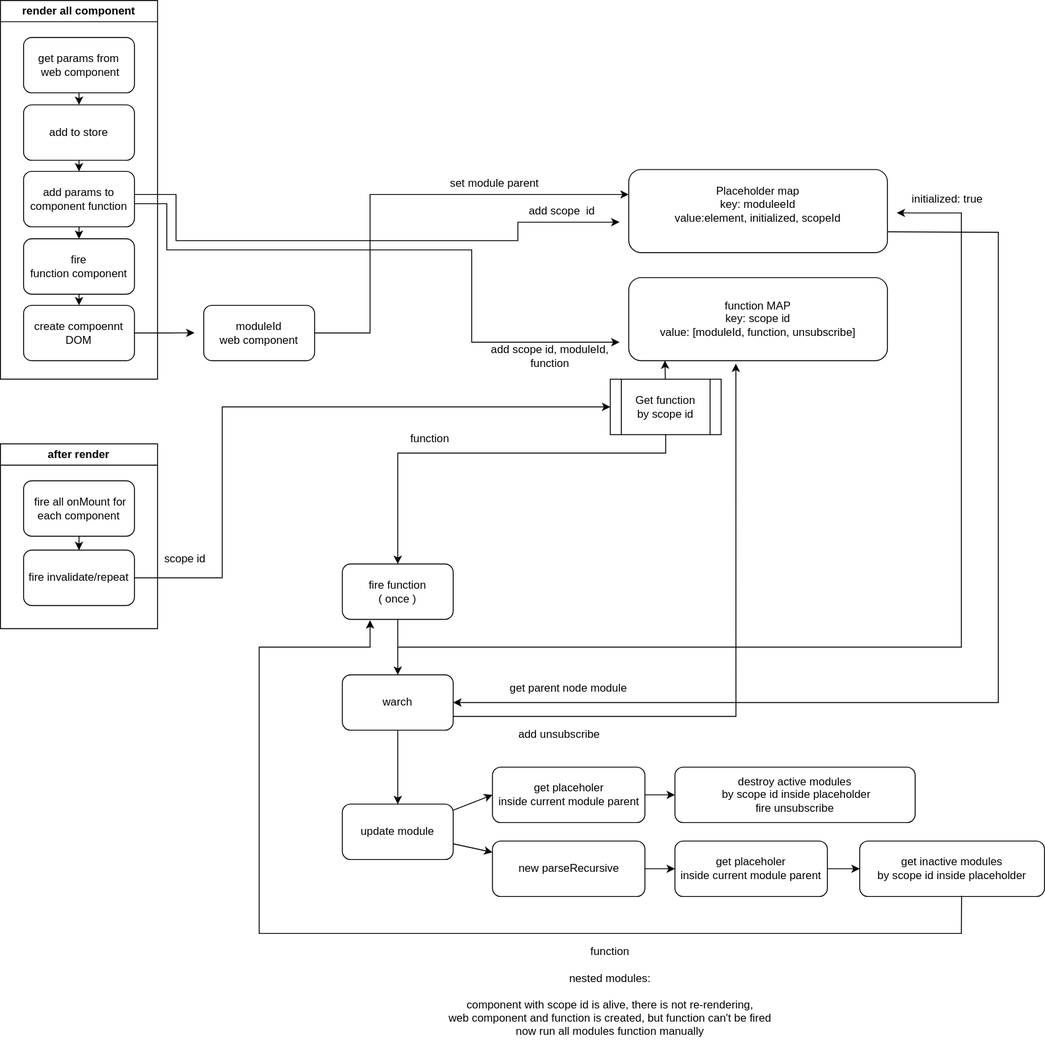
Above: src/js/mobjs/doc/invalidate-repeat.svg in albnavarro/mobbu (draw.io), before the change. Source tidied: cells renumbered, new cells last; positions are measured from the earlier drawing's top-left corner, leaving out a move shared by most shapes.
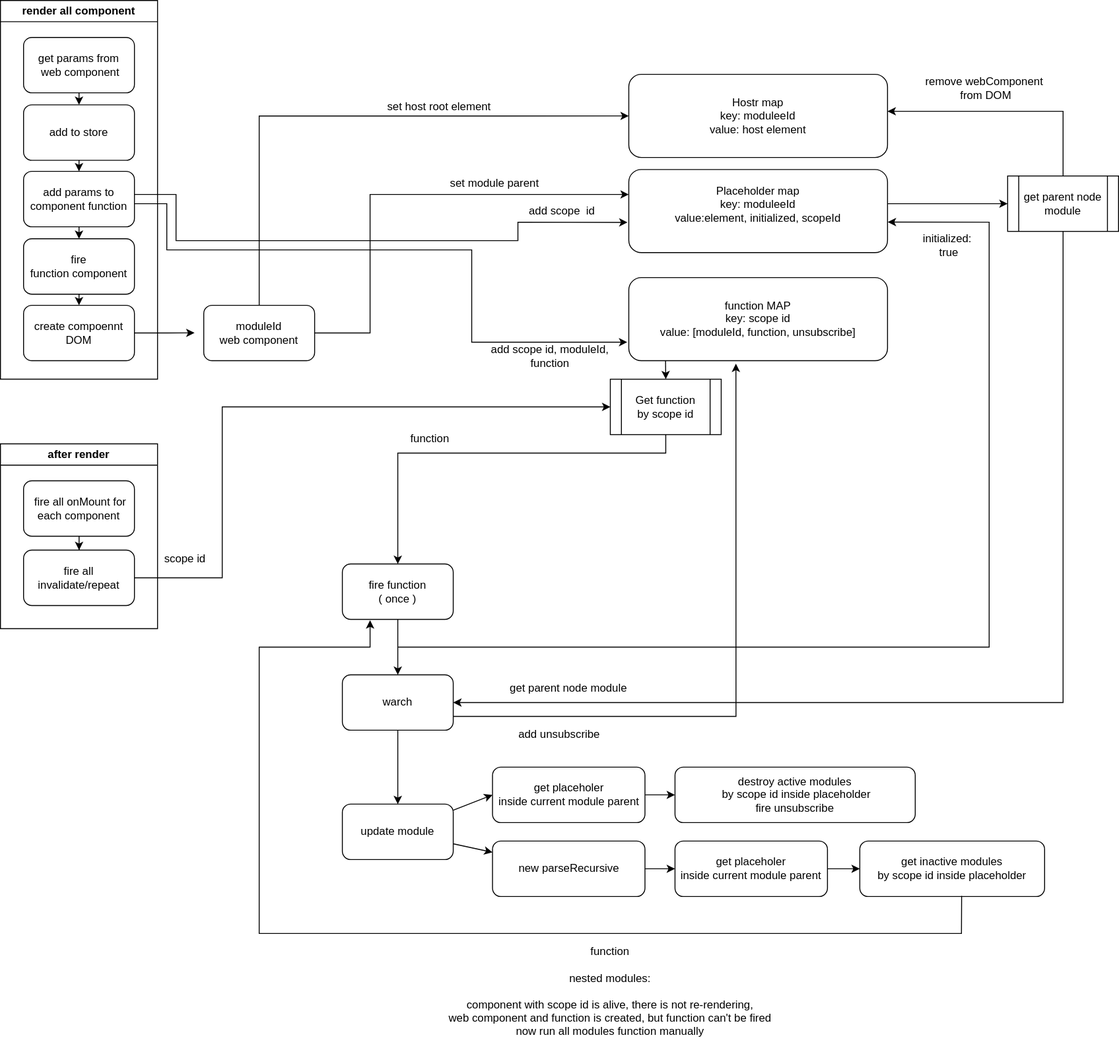
Later version of the same file.

Commit message:
chore(mobJs): update repeat/invalidate schema

Change to the diagram source:
```diff
@@ -15,12 +15,27 @@
         </Array>
       </mxGeometry>
     </mxCell>
+    <mxCell id="55" style="edgeStyle=orthogonalEdgeStyle;rounded=0;jettySize=auto;html=1;entryX=0;entryY=0.5;entryDx=0;entryDy=0;" parent="1" edge="1" source="4" target="60">
+      <mxGeometry relative="1" as="geometry">
+        <Array as="points">
+          <mxPoint x="990" y="220" />
+          <mxPoint x="990" y="220" />
+        </Array>
+      </mxGeometry>
+    </mxCell>
     <mxCell id="4" value="Placeholder map&lt;br&gt;key: moduleeId&lt;br&gt;&lt;div&gt;value:element,&amp;nbsp;&lt;span style=&quot;background-color: initial;&quot;&gt;initialized,&amp;nbsp;&lt;/span&gt;&lt;span style=&quot;background-color: initial;&quot;&gt;scopeId&lt;/span&gt;&lt;/div&gt;&lt;div&gt;&amp;nbsp;&lt;/div&gt;" style="rounded=1;whiteSpace=wrap;html=1;" parent="1" vertex="1">
       <mxGeometry x="680" y="183" width="280" height="90" as="geometry" />
     </mxCell>
     <mxCell id="5" value="function MAP&lt;div&gt;key: scope id&lt;br&gt;&lt;div&gt;value: [moduleId, function, unsubscribe]&lt;/div&gt;&lt;/div&gt;" style="rounded=1;whiteSpace=wrap;html=1;" parent="1" vertex="1">
       <mxGeometry x="680" y="300" width="280" height="90" as="geometry" />
     </mxCell>
+    <mxCell id="56" style="edgeStyle=orthogonalEdgeStyle;rounded=0;jettySize=auto;html=1;entryX=0;entryY=0.5;entryDx=0;entryDy=0;" parent="1" edge="1" source="6" target="57">
+      <mxGeometry relative="1" as="geometry">
+        <Array as="points">
+          <mxPoint x="280" y="125" />
+        </Array>
+      </mxGeometry>
+    </mxCell>
     <mxCell id="6" value="&lt;div&gt;moduleId&lt;/div&gt;&lt;div&gt;web component&lt;/div&gt;" style="rounded=1;whiteSpace=wrap;html=1;" parent="1" vertex="1">
       <mxGeometry x="220" y="330" width="120" height="60" as="geometry" />
     </mxCell>
@@ -36,9 +51,8 @@
     <mxCell id="8" value="set module parent" style="text;html=1;align=center;verticalAlign=middle;whiteSpace=wrap;rounded=0;" parent="1" vertex="1">
       <mxGeometry x="460" y="183" width="150" height="30" as="geometry" />
     </mxCell>
-    <mxCell id="9" style="endArrow=classic;html=1;rounded=0;exitX=1;exitY=0.417;exitDx=0;exitDy=0;exitPerimeter=0;" parent="1" edge="1" source="44">
+    <mxCell id="9" style="endArrow=classic;html=1;rounded=0;exitX=1;exitY=0.417;exitDx=0;exitDy=0;exitPerimeter=0;entryX=0.974;entryY=0.908;entryDx=0;entryDy=0;entryPerimeter=0;" parent="1" edge="1" source="44" target="10">
       <mxGeometry relative="1" as="geometry">
-        <mxPoint x="670" y="240" as="targetPoint" />
         <Array as="points">
           <mxPoint x="190" y="210" />
           <mxPoint x="190" y="260" />
@@ -50,9 +64,8 @@
     <mxCell id="10" value="add scope&amp;nbsp; id" style="text;html=1;align=center;verticalAlign=middle;whiteSpace=wrap;rounded=0;" parent="1" vertex="1">
       <mxGeometry x="532.5" y="213" width="150" height="30" as="geometry" />
     </mxCell>
-    <mxCell id="11" style="endArrow=classic;html=1;rounded=0;exitX=0.998;exitY=0.583;exitDx=0;exitDy=0;exitPerimeter=0;" parent="1" edge="1" source="44">
+    <mxCell id="11" style="endArrow=classic;html=1;rounded=0;exitX=0.998;exitY=0.583;exitDx=0;exitDy=0;exitPerimeter=0;entryX=-0.006;entryY=0.777;entryDx=0;entryDy=0;entryPerimeter=0;" parent="1" edge="1" source="44" target="5">
       <mxGeometry relative="1" as="geometry">
-        <mxPoint x="670" y="370" as="targetPoint" />
         <Array as="points">
           <mxPoint x="180" y="220" />
           <mxPoint x="180" y="270" />
@@ -76,19 +89,18 @@
     <mxCell id="16" value="fire function&lt;div&gt;( once )&lt;/div&gt;" style="rounded=1;whiteSpace=wrap;html=1;" parent="1" vertex="1">
       <mxGeometry x="370" y="610" width="120" height="60" as="geometry" />
     </mxCell>
-    <mxCell id="17" style="endArrow=classic;html=1;rounded=0;" parent="1" edge="1">
+    <mxCell id="17" style="endArrow=classic;html=1;rounded=0;entryX=1.001;entryY=0.632;entryDx=0;entryDy=0;entryPerimeter=0;" parent="1" edge="1" target="4">
       <mxGeometry relative="1" as="geometry">
         <mxPoint x="430" y="700" as="sourcePoint" />
-        <mxPoint x="970" y="230" as="targetPoint" />
         <Array as="points">
           <mxPoint x="720" y="700" />
-          <mxPoint x="1040" y="700" />
-          <mxPoint x="1040" y="230" />
+          <mxPoint x="1070" y="700" />
+          <mxPoint x="1070" y="240" />
         </Array>
       </mxGeometry>
     </mxCell>
-    <mxCell id="18" value="initialized: true" style="text;html=1;align=center;verticalAlign=middle;whiteSpace=wrap;rounded=0;" parent="1" vertex="1">
-      <mxGeometry x="950" y="200" width="150" height="30" as="geometry" />
+    <mxCell id="18" value="initialized:&lt;div&gt;&amp;nbsp;true&lt;/div&gt;" style="text;html=1;align=center;verticalAlign=middle;whiteSpace=wrap;rounded=0;" parent="1" vertex="1">
+      <mxGeometry x="950" y="250" width="150" height="30" as="geometry" />
     </mxCell>
     <mxCell id="19" style="endArrow=classic;html=1;rounded=0;entryX=0.414;entryY=1.035;entryDx=0;entryDy=0;entryPerimeter=0;exitX=1;exitY=0.75;exitDx=0;exitDy=0;" parent="1" edge="1" source="22" target="5">
       <mxGeometry relative="1" as="geometry">
@@ -106,11 +118,11 @@
     <mxCell id="22" value="warch" style="rounded=1;whiteSpace=wrap;html=1;" parent="1" vertex="1">
       <mxGeometry x="370" y="730" width="120" height="60" as="geometry" />
     </mxCell>
-    <mxCell id="23" style="endArrow=classic;html=1;rounded=0;entryX=1;entryY=0.5;entryDx=0;entryDy=0;exitX=1;exitY=0.75;exitDx=0;exitDy=0;" parent="1" edge="1" source="4" target="22">
+    <mxCell id="23" style="endArrow=classic;html=1;rounded=0;entryX=1;entryY=0.5;entryDx=0;entryDy=0;exitX=0.5;exitY=1;exitDx=0;exitDy=0;" parent="1" edge="1" source="60" target="22">
       <mxGeometry relative="1" as="geometry">
         <Array as="points">
-          <mxPoint x="1080" y="251" />
-          <mxPoint x="1080" y="760" />
+          <mxPoint x="1150" y="350" />
+          <mxPoint x="1150" y="760" />
         </Array>
       </mxGeometry>
     </mxCell>
@@ -165,7 +177,7 @@
         </Array>
       </mxGeometry>
     </mxCell>
-    <mxCell id="39" style="edgeStyle=none;rounded=0;jettySize=auto;html=1;entryX=0.14;entryY=0.997;entryDx=0;entryDy=0;entryPerimeter=0;" parent="1" edge="1" source="37" target="5">
+    <mxCell id="39" style="edgeStyle=none;rounded=0;jettySize=auto;html=1;exitX=0.142;exitY=0.999;exitDx=0;exitDy=0;exitPerimeter=0;entryX=0.5;entryY=0;entryDx=0;entryDy=0;" parent="1" edge="1" source="5" target="37">
       <mxGeometry relative="1" as="geometry" />
     </mxCell>
     <mxCell id="40" style="endArrow=classic;html=1;rounded=0;exitX=0.551;exitY=0.989;exitDx=0;exitDy=0;exitPerimeter=0;" parent="1" edge="1" source="31">
@@ -218,8 +230,27 @@
     <mxCell id="53" value="&amp;nbsp;fire all onMount for each component" style="rounded=1;whiteSpace=wrap;html=1;" parent="51" vertex="1">
       <mxGeometry x="25" y="40" width="120" height="60" as="geometry" />
     </mxCell>
-    <mxCell id="54" value="fire invalidate/repeat" style="rounded=1;whiteSpace=wrap;html=1;" parent="51" vertex="1">
+    <mxCell id="54" value="fire all invalidate/repeat" style="rounded=1;whiteSpace=wrap;html=1;" parent="51" vertex="1">
       <mxGeometry x="25" y="115" width="120" height="60" as="geometry" />
     </mxCell>
+    <mxCell id="57" value="Hostr map&lt;br&gt;key: moduleeId&lt;br&gt;&lt;div&gt;value: host element&lt;br&gt;&lt;/div&gt;" style="rounded=1;whiteSpace=wrap;html=1;" parent="1" vertex="1">
+      <mxGeometry x="680" y="80" width="280" height="90" as="geometry" />
+    </mxCell>
+    <mxCell id="58" value="set host root element" style="text;html=1;align=center;verticalAlign=middle;whiteSpace=wrap;rounded=0;" parent="1" vertex="1">
+      <mxGeometry x="400" y="100" width="150" height="30" as="geometry" />
+    </mxCell>
+    <mxCell id="59" style="edgeStyle=orthogonalEdgeStyle;rounded=0;jettySize=auto;html=1;" parent="1" edge="1" source="60" target="57">
+      <mxGeometry relative="1" as="geometry">
+        <Array as="points">
+          <mxPoint x="1150" y="120" />
+        </Array>
+      </mxGeometry>
+    </mxCell>
+    <mxCell id="60" value="get parent node module" style="shape=process;whiteSpace=wrap;html=1;backgroundOutline=1;" parent="1" vertex="1">
+      <mxGeometry x="1090" y="190" width="120" height="60" as="geometry" />
+    </mxCell>
+    <mxCell id="61" value="remove webComponent&lt;div&gt;&amp;nbsp;from DOM&lt;/div&gt;" style="text;html=1;align=center;verticalAlign=middle;whiteSpace=wrap;rounded=0;" parent="1" vertex="1">
+      <mxGeometry x="970" y="80" width="190" height="30" as="geometry" />
+    </mxCell>
   </root>
 </mxGraphModel>
```
